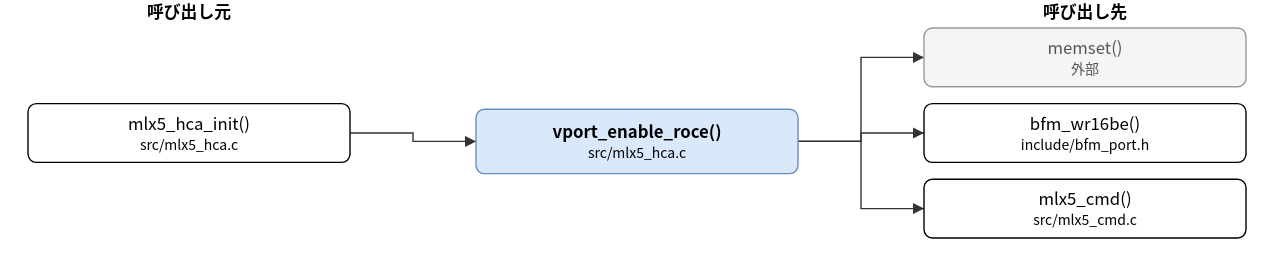
hf355051012-ai/bfmem keeps this draw.io diagram as doc/spec/images/call_src_mlx5_hca-vport_enable_roce.drawio.svg. Above is the earlier version. Source tidied: cells renumbered, new cells last; positions are measured from the earlier drawing's top-left corner, leaving out a move shared by most shapes.
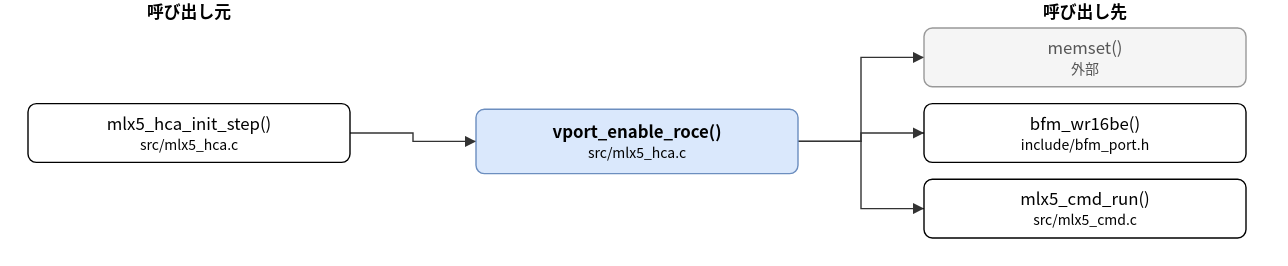
After the change.

The edit, as a diff of the source:
```diff
@@ -5,7 +5,7 @@
     <mxCell id="2" value="vport_enable_roce()&lt;br&gt;&lt;font style=&quot;font-size:10px&quot;&gt;src/mlx5_hca.c&lt;/font&gt;" style="rounded=1;whiteSpace=wrap;html=1;fillColor=#dae8fc;strokeColor=#6c8ebf;fontStyle=1;" parent="1" vertex="1">
       <mxGeometry x="320" y="78" width="230" height="46" as="geometry" />
     </mxCell>
-    <mxCell id="3" value="mlx5_hca_init()&lt;br&gt;&lt;font style=&quot;font-size:10px&quot;&gt;src/mlx5_hca.c&lt;/font&gt;" style="rounded=1;whiteSpace=wrap;html=1;" parent="1" vertex="1">
+    <mxCell id="3" value="mlx5_hca_init_step()&lt;br&gt;&lt;font style=&quot;font-size:10px&quot;&gt;src/mlx5_hca.c&lt;/font&gt;" style="rounded=1;whiteSpace=wrap;html=1;" parent="1" vertex="1">
       <mxGeometry y="74" width="230" height="42" as="geometry" />
     </mxCell>
     <mxCell id="4" value="memset()&lt;br&gt;&lt;font style=&quot;font-size:10px&quot;&gt;外部&lt;/font&gt;" style="rounded=1;whiteSpace=wrap;html=1;fillColor=#f5f5f5;strokeColor=#999999;fontColor=#555555;" parent="1" vertex="1">
@@ -14,7 +14,7 @@
     <mxCell id="5" value="bfm_wr16be()&lt;br&gt;&lt;font style=&quot;font-size:10px&quot;&gt;include/bfm_port.h&lt;/font&gt;" style="rounded=1;whiteSpace=wrap;html=1;" parent="1" vertex="1">
       <mxGeometry x="640" y="74" width="230" height="42" as="geometry" />
     </mxCell>
-    <mxCell id="6" value="mlx5_cmd()&lt;br&gt;&lt;font style=&quot;font-size:10px&quot;&gt;src/mlx5_cmd.c&lt;/font&gt;" style="rounded=1;whiteSpace=wrap;html=1;" parent="1" vertex="1">
+    <mxCell id="6" value="mlx5_cmd_run()&lt;br&gt;&lt;font style=&quot;font-size:10px&quot;&gt;src/mlx5_cmd.c&lt;/font&gt;" style="rounded=1;whiteSpace=wrap;html=1;" parent="1" vertex="1">
       <mxGeometry x="640" y="128" width="230" height="42" as="geometry" />
     </mxCell>
     <mxCell id="7" style="edgeStyle=none;html=1;rounded=0;endArrow=block;endFill=1;exitX=1.0000;exitY=0.5000;exitDx=0;exitDy=0;exitPerimeter=0;entryX=0.0000;entryY=0.5000;entryDx=0;entryDy=0;entryPerimeter=0;" parent="1" edge="1" source="3" target="2">
```
